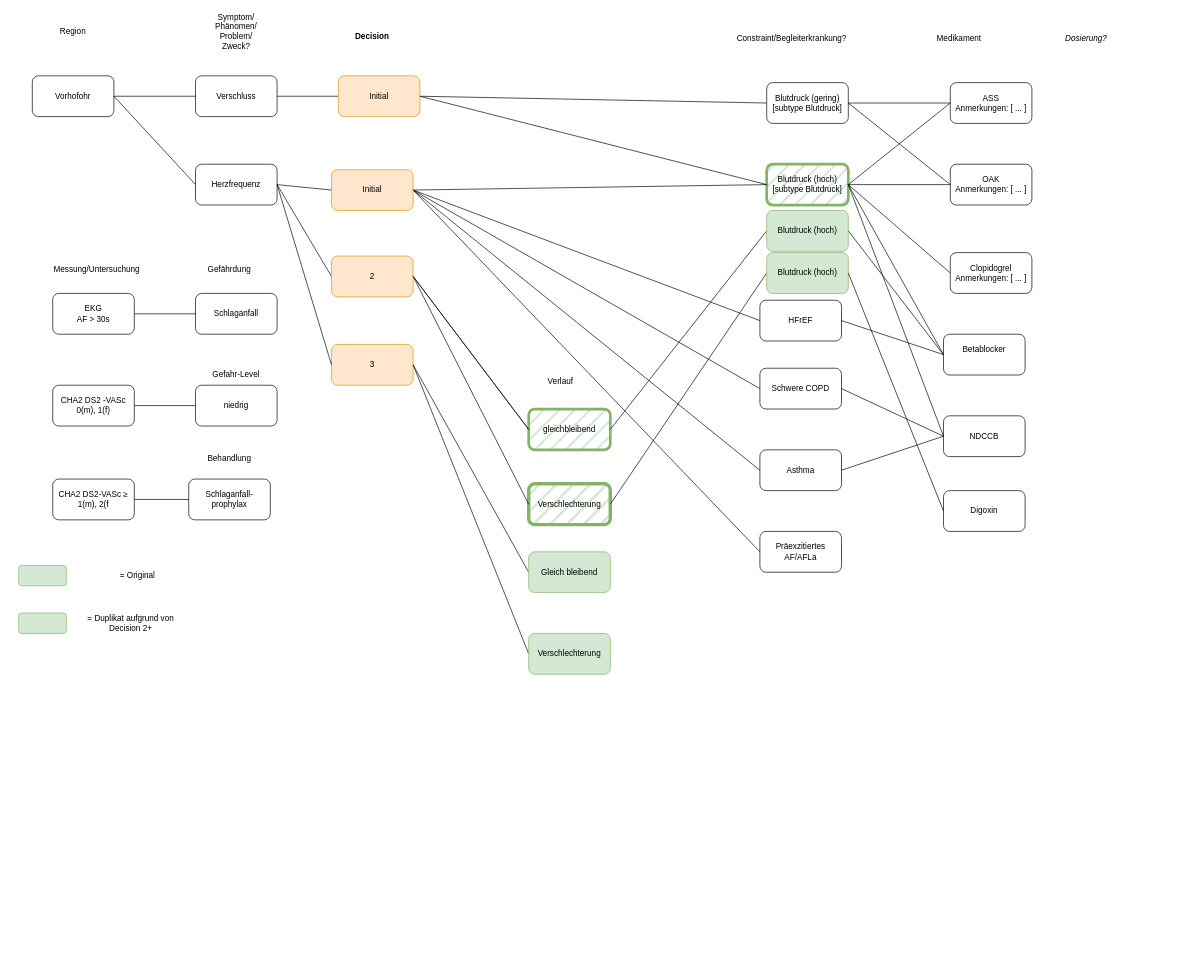
phiwi/phiwi.github.io keeps this draw.io diagram as Tabelle.drawio. Above is the earlier version. Source tidied: cells renumbered, new cells numbered last; positions are measured from the earlier drawing's top-left corner, leaving out a move shared by most shapes. Both pictures are drawn from the tidied source at 68%, with x=0, y=0 at pixel (18, 21).
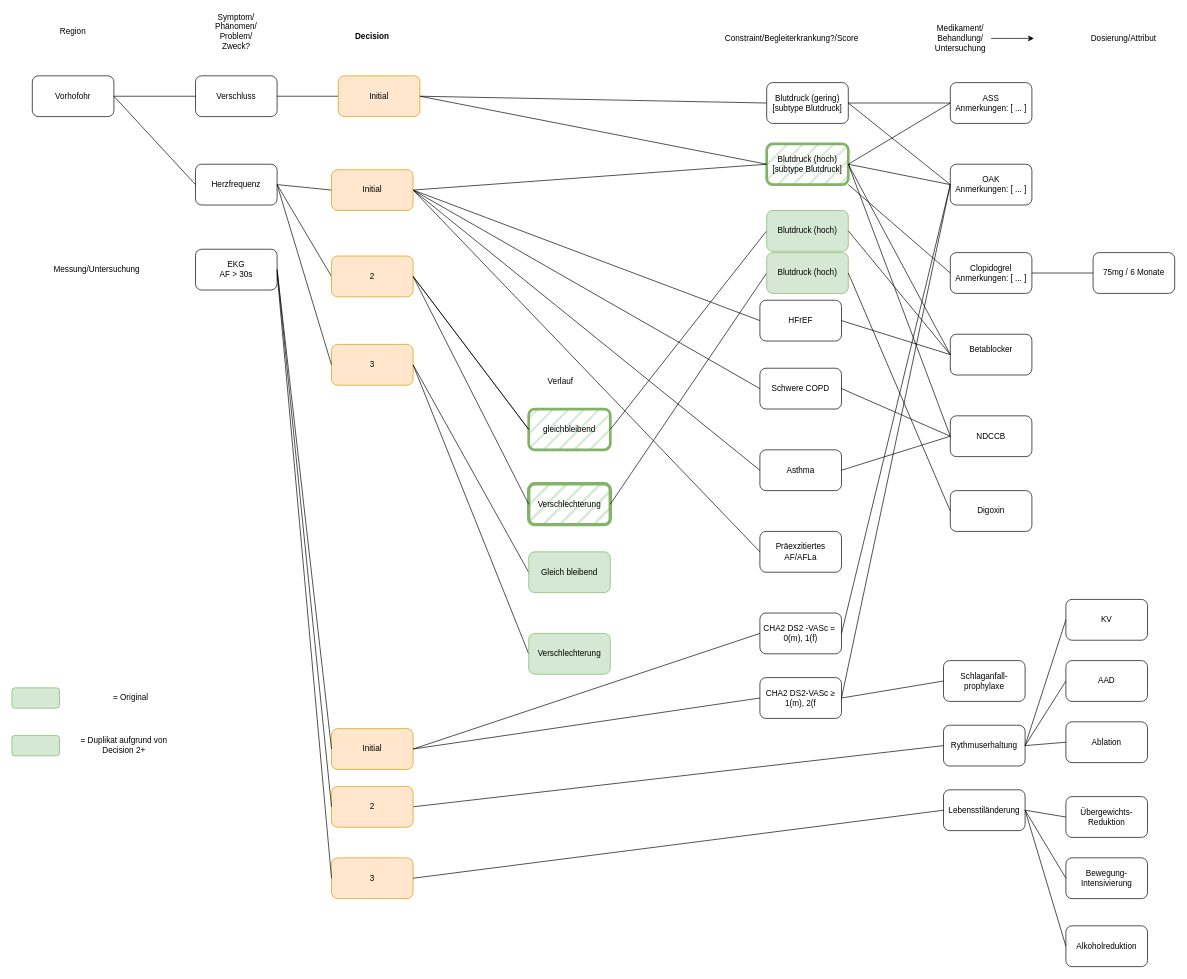
The same diagram, later.

The change refers to these unchanged cells:
```xml
<mxCell id="7" value="&lt;div&gt;OAK&lt;/div&gt;&lt;div&gt;Anmerkungen: [ ... ]&lt;/div&gt;" style="rounded=1;whiteSpace=wrap;html=1;" parent="1" vertex="1">
  <mxGeometry x="1370" y="210" width="120" height="60" as="geometry" />
</mxCell>
<mxCell id="8" value="&lt;div&gt;Clopidogrel&lt;/div&gt;&lt;div&gt;Anmerkungen: [ ... ]&lt;br&gt;&lt;/div&gt;" style="rounded=1;whiteSpace=wrap;html=1;" parent="1" vertex="1">
  <mxGeometry x="1370" y="340" width="120" height="60" as="geometry" />
</mxCell>
```

Change to the diagram source:
```diff
@@
+    <mxCell id="83" style="edgeStyle=orthogonalEdgeStyle;rounded=0;jettySize=auto;html=1;" parent="1" edge="1" source="9">
+      <mxGeometry relative="1" as="geometry">
+        <mxPoint x="1493" y="25" as="targetPoint" />
+      </mxGeometry>
+    </mxCell>
-    <mxCell id="9" value="Medikament" style="text;html=1;align=center;verticalAlign=middle;whiteSpace=wrap;rounded=0;" parent="1" vertex="1">
-      <mxGeometry x="1353" y="10" width="60" height="30" as="geometry" />
+    <mxCell id="9" value="&lt;div&gt;Medikament/&lt;/div&gt;&lt;div&gt;Behandlung/&lt;br&gt;&lt;/div&gt;Untersuchung" style="text;html=1;align=center;verticalAlign=middle;whiteSpace=wrap;rounded=0;" parent="1" vertex="1">
+      <mxGeometry x="1340" y="10" width="90" height="30" as="geometry" />
     </mxCell>
@@
     <mxCell id="11" value="&lt;div&gt;Blutdruck (hoch)&lt;/div&gt;&lt;div&gt;[subtype Blutdruck]&lt;/div&gt;" style="rounded=1;whiteSpace=wrap;html=1;fillColor=#d5e8d4;strokeColor=#82b366;fillStyle=hatch;strokeWidth=4;" parent="1" vertex="1">
-      <mxGeometry x="1100" y="210" width="120" height="60" as="geometry" />
+      <mxGeometry x="1100" y="180" width="120" height="60" as="geometry" />
     </mxCell>
-    <mxCell id="12" value="Constraint/Begleiterkrankung?" style="text;html=1;align=center;verticalAlign=middle;whiteSpace=wrap;rounded=0;" parent="1" vertex="1">
+    <mxCell id="12" value="Constraint/Begleiterkrankung?/Score" style="text;html=1;align=center;verticalAlign=middle;whiteSpace=wrap;rounded=0;" parent="1" vertex="1">
       <mxGeometry x="1107" y="10" width="60" height="30" as="geometry" />
     </mxCell>
@@
-    <mxCell id="20" value="Dosierung?" style="text;html=1;align=center;verticalAlign=middle;whiteSpace=wrap;rounded=0;fontStyle=2;" parent="1" vertex="1">
-      <mxGeometry x="1540" y="10" width="60" height="30" as="geometry" />
-    </mxCell>
@@
     <mxCell id="31" value="&lt;div&gt;Betablocker&lt;/div&gt;&lt;div&gt;&lt;br&gt;&lt;/div&gt;" style="rounded=1;whiteSpace=wrap;html=1;" parent="1" vertex="1">
-      <mxGeometry x="1360" y="460" width="120" height="60" as="geometry" />
+      <mxGeometry x="1370" y="460" width="120" height="60" as="geometry" />
     </mxCell>
     <mxCell id="32" value="NDCCB" style="rounded=1;whiteSpace=wrap;html=1;" parent="1" vertex="1">
-      <mxGeometry x="1360" y="580" width="120" height="60" as="geometry" />
+      <mxGeometry x="1370" y="580" width="120" height="60" as="geometry" />
     </mxCell>
@@
     <mxCell id="47" style="rounded=1;whiteSpace=wrap;html=1;fillColor=#d5e8d4;strokeColor=#82b366;" parent="1" vertex="1">
-      <mxGeometry y="870" width="70" height="30" as="geometry" />
+      <mxGeometry x="-10" y="1050" width="70" height="30" as="geometry" />
     </mxCell>
     <mxCell id="48" value="= Duplikat aufgrund von Decision 2+ " style="text;html=1;align=center;verticalAlign=middle;whiteSpace=wrap;rounded=0;" parent="1" vertex="1">
-      <mxGeometry x="90" y="870" width="150" height="30" as="geometry" />
+      <mxGeometry x="80" y="1050" width="150" height="30" as="geometry" />
     </mxCell>
     <mxCell id="49" value="Digoxin" style="rounded=1;whiteSpace=wrap;html=1;" parent="1" vertex="1">
-      <mxGeometry x="1360" y="690" width="120" height="60" as="geometry" />
+      <mxGeometry x="1370" y="690" width="120" height="60" as="geometry" />
     </mxCell>
@@
     <mxCell id="64" style="rounded=1;whiteSpace=wrap;html=1;fillColor=#d5e8d4;strokeColor=#82b366;" parent="1" vertex="1">
-      <mxGeometry y="800" width="70" height="30" as="geometry" />
+      <mxGeometry x="-10" y="980" width="70" height="30" as="geometry" />
     </mxCell>
@@
     <mxCell id="69" value="= Original" style="text;html=1;align=center;verticalAlign=middle;whiteSpace=wrap;rounded=0;" parent="1" vertex="1">
-      <mxGeometry x="100" y="800" width="150" height="30" as="geometry" />
+      <mxGeometry x="90" y="980" width="150" height="30" as="geometry" />
     </mxCell>
     <mxCell id="70" value="&lt;div&gt;EKG&lt;/div&gt;&lt;div&gt;AF &amp;gt; 30s&lt;br&gt;&lt;/div&gt;" style="rounded=1;whiteSpace=wrap;html=1;" parent="1" vertex="1">
-      <mxGeometry x="50" y="400" width="120" height="60" as="geometry" />
+      <mxGeometry x="260" y="335" width="120" height="60" as="geometry" />
     </mxCell>
@@
-    <mxCell id="72" value="Schlaganfall" style="rounded=1;whiteSpace=wrap;html=1;" parent="1" vertex="1">
-      <mxGeometry x="260" y="400" width="120" height="60" as="geometry" />
-    </mxCell>
-    <mxCell id="73" style="endArrow=none;html=1;rounded=0;exitX=1;exitY=0.5;exitDx=0;exitDy=0;entryX=0;entryY=0.5;entryDx=0;entryDy=0;" parent="1" edge="1" source="70" target="72">
-      <mxGeometry relative="1" as="geometry" />
+    <mxCell id="73" style="endArrow=none;html=1;rounded=0;exitX=1;exitY=0.5;exitDx=0;exitDy=0;" parent="1" edge="1" source="70">
+      <mxGeometry relative="1" as="geometry">
+        <mxPoint x="380" y="365" as="targetPoint" />
+      </mxGeometry>
     </mxCell>
-    <mxCell id="74" value="&lt;div&gt;CHA2 DS2 -VASc 0(m), 1(f)&lt;br&gt;&lt;/div&gt;" style="rounded=1;whiteSpace=wrap;html=1;" parent="1" vertex="1">
-      <mxGeometry x="50" y="535" width="120" height="60" as="geometry" />
+    <mxCell id="74" value="&lt;div&gt;CHA2 DS2 -VASc =&amp;nbsp; 0(m), 1(f)&lt;br&gt;&lt;/div&gt;" style="rounded=1;whiteSpace=wrap;html=1;" parent="1" vertex="1">
+      <mxGeometry x="1090" y="870" width="120" height="60" as="geometry" />
     </mxCell>
-    <mxCell id="75" value="Schlaganfall-prophylax" style="rounded=1;whiteSpace=wrap;html=1;" parent="1" vertex="1">
-      <mxGeometry x="250" y="673" width="120" height="60" as="geometry" />
+    <mxCell id="75" value="Schlaganfall-prophylaxe" style="rounded=1;whiteSpace=wrap;html=1;" parent="1" vertex="1">
+      <mxGeometry x="1360" y="940" width="120" height="60" as="geometry" />
     </mxCell>
-    <mxCell id="76" value="Behandlung" style="text;html=1;align=center;verticalAlign=middle;whiteSpace=wrap;rounded=0;" parent="1" vertex="1">
-      <mxGeometry x="280" y="628" width="60" height="30" as="geometry" />
-    </mxCell>
-    <mxCell id="77" value="niedrig" style="rounded=1;whiteSpace=wrap;html=1;" parent="1" vertex="1">
-      <mxGeometry x="260" y="535" width="120" height="60" as="geometry" />
-    </mxCell>
-    <mxCell id="78" style="endArrow=none;html=1;rounded=0;entryX=0;entryY=0.5;entryDx=0;entryDy=0;exitX=1;exitY=0.5;exitDx=0;exitDy=0;" parent="1" edge="1" source="74" target="77">
+    <mxCell id="78" style="endArrow=none;html=1;rounded=0;entryX=0;entryY=0.5;entryDx=0;entryDy=0;exitX=1;exitY=0.5;exitDx=0;exitDy=0;" parent="1" edge="1" source="74" target="7">
       <mxGeometry relative="1" as="geometry" />
     </mxCell>
-    <mxCell id="79" value="Gefahr-Level" style="text;html=1;align=center;verticalAlign=middle;whiteSpace=wrap;rounded=0;" parent="1" vertex="1">
-      <mxGeometry x="270" y="505" width="100" height="30" as="geometry" />
-    </mxCell>
     <mxCell id="80" value="&lt;div&gt;CHA2 DS2-VASc ≥ 1(m), 2(f&lt;br&gt;&lt;/div&gt;" style="rounded=1;whiteSpace=wrap;html=1;" parent="1" vertex="1">
-      <mxGeometry x="50" y="673" width="120" height="60" as="geometry" />
+      <mxGeometry x="1090" y="965" width="120" height="60" as="geometry" />
     </mxCell>
-    <mxCell id="81" value="Gefährdung" style="text;html=1;align=center;verticalAlign=middle;whiteSpace=wrap;rounded=0;" parent="1" vertex="1">
-      <mxGeometry x="280" y="350" width="60" height="30" as="geometry" />
-    </mxCell>
@@
+    <mxCell id="84" value="Initial" style="rounded=1;whiteSpace=wrap;html=1;fillColor=#ffe6cc;strokeColor=#d79b00;" parent="1" vertex="1">
+      <mxGeometry x="460" y="1040" width="120" height="60" as="geometry" />
+    </mxCell>
+    <mxCell id="85" style="endArrow=none;html=1;rounded=0;exitX=1;exitY=0.5;exitDx=0;exitDy=0;entryX=0;entryY=0.5;entryDx=0;entryDy=0;" parent="1" edge="1" source="70" target="84">
+      <mxGeometry relative="1" as="geometry" />
+    </mxCell>
+    <mxCell id="86" style="endArrow=none;html=1;rounded=0;exitX=1;exitY=0.5;exitDx=0;exitDy=0;entryX=0;entryY=0.5;entryDx=0;entryDy=0;" parent="1" edge="1" source="84" target="74">
+      <mxGeometry relative="1" as="geometry" />
+    </mxCell>
+    <mxCell id="87" style="endArrow=none;html=1;rounded=0;exitX=1;exitY=0.5;exitDx=0;exitDy=0;entryX=0;entryY=0.5;entryDx=0;entryDy=0;" parent="1" edge="1" source="84" target="80">
+      <mxGeometry relative="1" as="geometry" />
+    </mxCell>
+    <mxCell id="88" style="endArrow=none;html=1;rounded=0;entryX=0;entryY=0.5;entryDx=0;entryDy=0;exitX=1;exitY=0.5;exitDx=0;exitDy=0;" parent="1" edge="1" source="80" target="7">
+      <mxGeometry relative="1" as="geometry" />
+    </mxCell>
+    <mxCell id="89" value="Rythmuserhaltung" style="rounded=1;whiteSpace=wrap;html=1;" parent="1" vertex="1">
+      <mxGeometry x="1360" y="1035" width="120" height="60" as="geometry" />
+    </mxCell>
+    <mxCell id="90" value="Dosierung/Attribut" style="text;html=1;align=center;verticalAlign=middle;whiteSpace=wrap;rounded=0;" parent="1" vertex="1">
+      <mxGeometry x="1580" y="10" width="90" height="30" as="geometry" />
+    </mxCell>
+    <mxCell id="91" value="Lebensstiländerung" style="rounded=1;whiteSpace=wrap;html=1;" parent="1" vertex="1">
+      <mxGeometry x="1360" y="1130" width="120" height="60" as="geometry" />
+    </mxCell>
+    <mxCell id="92" value="KV" style="rounded=1;whiteSpace=wrap;html=1;" parent="1" vertex="1">
+      <mxGeometry x="1540" y="850" width="120" height="60" as="geometry" />
+    </mxCell>
+    <mxCell id="93" value="AAD" style="rounded=1;whiteSpace=wrap;html=1;" parent="1" vertex="1">
+      <mxGeometry x="1540" y="940" width="120" height="60" as="geometry" />
+    </mxCell>
+    <mxCell id="94" value="Ablation" style="rounded=1;whiteSpace=wrap;html=1;" parent="1" vertex="1">
+      <mxGeometry x="1540" y="1030" width="120" height="60" as="geometry" />
+    </mxCell>
+    <mxCell id="95" style="endArrow=none;html=1;rounded=0;entryX=0;entryY=0.5;entryDx=0;entryDy=0;exitX=1;exitY=0.5;exitDx=0;exitDy=0;" parent="1" edge="1" source="89" target="92">
+      <mxGeometry relative="1" as="geometry" />
+    </mxCell>
+    <mxCell id="96" style="endArrow=none;html=1;rounded=0;entryX=0;entryY=0.5;entryDx=0;entryDy=0;exitX=1;exitY=0.5;exitDx=0;exitDy=0;" parent="1" edge="1" source="89" target="93">
+      <mxGeometry relative="1" as="geometry" />
+    </mxCell>
+    <mxCell id="97" style="endArrow=none;html=1;rounded=0;entryX=0;entryY=0.5;entryDx=0;entryDy=0;exitX=1;exitY=0.5;exitDx=0;exitDy=0;" parent="1" edge="1" source="89" target="94">
+      <mxGeometry relative="1" as="geometry" />
+    </mxCell>
+    <mxCell id="98" style="endArrow=none;html=1;rounded=0;entryX=0;entryY=0.5;entryDx=0;entryDy=0;exitX=1;exitY=0.5;exitDx=0;exitDy=0;" parent="1" edge="1" source="99" target="89">
+      <mxGeometry relative="1" as="geometry" />
+    </mxCell>
+    <mxCell id="99" value="2" style="rounded=1;whiteSpace=wrap;html=1;fillColor=#ffe6cc;strokeColor=#d79b00;" parent="1" vertex="1">
+      <mxGeometry x="460" y="1125" width="120" height="60" as="geometry" />
+    </mxCell>
+    <mxCell id="100" value="3" style="rounded=1;whiteSpace=wrap;html=1;fillColor=#ffe6cc;strokeColor=#d79b00;" parent="1" vertex="1">
+      <mxGeometry x="460" y="1230" width="120" height="60" as="geometry" />
+    </mxCell>
+    <mxCell id="101" style="endArrow=none;html=1;rounded=0;exitX=1;exitY=0.5;exitDx=0;exitDy=0;entryX=0;entryY=0.5;entryDx=0;entryDy=0;" parent="1" edge="1" source="70" target="99">
+      <mxGeometry relative="1" as="geometry" />
+    </mxCell>
+    <mxCell id="102" style="endArrow=none;html=1;rounded=0;entryX=0;entryY=0.5;entryDx=0;entryDy=0;" parent="1" edge="1" target="100">
+      <mxGeometry relative="1" as="geometry">
+        <mxPoint x="380" y="370" as="sourcePoint" />
+      </mxGeometry>
+    </mxCell>
+    <mxCell id="103" style="endArrow=none;html=1;rounded=0;entryX=0;entryY=0.5;entryDx=0;entryDy=0;exitX=1;exitY=0.5;exitDx=0;exitDy=0;" parent="1" edge="1" source="100" target="91">
+      <mxGeometry relative="1" as="geometry" />
+    </mxCell>
+    <mxCell id="104" value="Bewegung-Intensivierung" style="rounded=1;whiteSpace=wrap;html=1;" parent="1" vertex="1">
+      <mxGeometry x="1540" y="1230" width="120" height="60" as="geometry" />
+    </mxCell>
+    <mxCell id="105" value="Übergewichts-Reduktion" style="rounded=1;whiteSpace=wrap;html=1;" parent="1" vertex="1">
+      <mxGeometry x="1540" y="1140" width="120" height="60" as="geometry" />
+    </mxCell>
+    <mxCell id="106" value="Alkoholreduktion" style="rounded=1;whiteSpace=wrap;html=1;" parent="1" vertex="1">
+      <mxGeometry x="1540" y="1330" width="120" height="60" as="geometry" />
+    </mxCell>
+    <mxCell id="107" style="endArrow=none;html=1;rounded=0;entryX=0;entryY=0.5;entryDx=0;entryDy=0;exitX=1;exitY=0.5;exitDx=0;exitDy=0;" parent="1" edge="1" source="91" target="106">
+      <mxGeometry relative="1" as="geometry" />
+    </mxCell>
+    <mxCell id="108" style="endArrow=none;html=1;rounded=0;entryX=0;entryY=0.5;entryDx=0;entryDy=0;exitX=1;exitY=0.5;exitDx=0;exitDy=0;" parent="1" edge="1" source="91" target="104">
+      <mxGeometry relative="1" as="geometry" />
+    </mxCell>
+    <mxCell id="109" style="endArrow=none;html=1;rounded=0;entryX=0;entryY=0.5;entryDx=0;entryDy=0;exitX=1;exitY=0.5;exitDx=0;exitDy=0;" parent="1" edge="1" source="91" target="105">
+      <mxGeometry relative="1" as="geometry" />
+    </mxCell>
+    <mxCell id="110" value="75mg / 6 Monate" style="rounded=1;whiteSpace=wrap;html=1;" parent="1" vertex="1">
+      <mxGeometry x="1580" y="340" width="120" height="60" as="geometry" />
+    </mxCell>
+    <mxCell id="111" style="endArrow=none;html=1;rounded=0;entryX=0;entryY=0.5;entryDx=0;entryDy=0;exitX=1;exitY=0.5;exitDx=0;exitDy=0;" parent="1" edge="1" source="8" target="110">
+      <mxGeometry relative="1" as="geometry" />
+    </mxCell>
```
